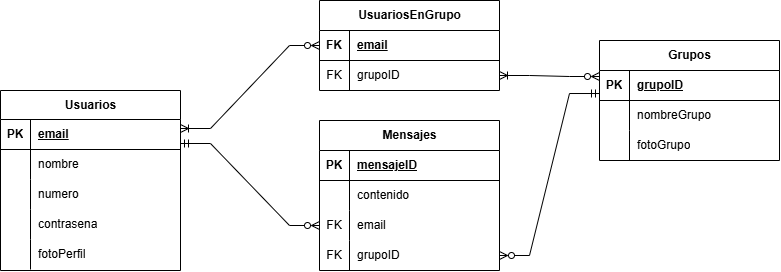
Before: docs/DER TP2_INTEGRADOR.drawio.png, a diagram exported from draw.io (PioIX/2026_TPIN2_G03). Source tidied: cells renumbered, new cells last; positions are measured from the earlier drawing's top-left corner, leaving out a move shared by most shapes. Its diagram source:
```xml
<mxGraphModel>
  <root>
    <mxCell id="0" />
    <mxCell id="1" parent="0" />
    <mxCell id="2" value="Usuarios" style="shape=table;startSize=29;rowLines=0;fontStyle=1;align=center;html=1;" parent="1" vertex="1">
      <mxGeometry y="90" width="180" height="180" as="geometry" />
    </mxCell>
    <mxCell id="3" style="shape=tableRow;horizontal=0;startSize=0;swimlaneHead=0;swimlaneBody=0;fillColor=none;points=[[0,0.5],[1,0.5]];portConstraint=eastwest;top=0;left=0;right=0;bottom=1;" parent="2" vertex="1">
      <mxGeometry y="29" width="180" height="30" as="geometry" />
    </mxCell>
    <mxCell id="4" value="PK" style="shape=partialRectangle;fillColor=none;top=0;left=0;bottom=0;right=0;fontStyle=1;overflow=hidden;whiteSpace=wrap;html=1;" parent="3" vertex="1">
      <mxGeometry width="30" height="30" as="geometry" />
    </mxCell>
    <mxCell id="5" value="email" style="shape=partialRectangle;fillColor=none;top=0;left=0;bottom=0;right=0;align=left;spacingLeft=6;fontStyle=5;overflow=hidden;whiteSpace=wrap;html=1;" parent="3" vertex="1">
      <mxGeometry x="30" width="150" height="30" as="geometry" />
    </mxCell>
    <mxCell id="6" style="shape=tableRow;horizontal=0;startSize=0;swimlaneHead=0;swimlaneBody=0;fillColor=none;top=0;left=0;right=0;bottom=0;" parent="2" vertex="1">
      <mxGeometry y="59" width="180" height="30" as="geometry" />
    </mxCell>
    <mxCell id="7" style="shape=partialRectangle;fillColor=none;top=0;left=0;bottom=0;right=0;overflow=hidden;whiteSpace=wrap;html=1;" parent="6" vertex="1">
      <mxGeometry width="30" height="30" as="geometry" />
    </mxCell>
    <mxCell id="8" value="nombre" style="shape=partialRectangle;fillColor=none;top=0;left=0;bottom=0;right=0;align=left;spacingLeft=6;overflow=hidden;whiteSpace=wrap;html=1;" parent="6" vertex="1">
      <mxGeometry x="30" width="150" height="30" as="geometry" />
    </mxCell>
    <mxCell id="9" style="shape=tableRow;horizontal=0;startSize=0;swimlaneHead=0;swimlaneBody=0;fillColor=none;top=0;left=0;right=0;bottom=0;" parent="2" vertex="1">
      <mxGeometry y="89" width="180" height="30" as="geometry" />
    </mxCell>
    <mxCell id="10" style="shape=partialRectangle;fillColor=none;top=0;left=0;bottom=0;right=0;overflow=hidden;whiteSpace=wrap;html=1;" parent="9" vertex="1">
      <mxGeometry width="30" height="30" as="geometry" />
    </mxCell>
    <mxCell id="11" value="numero" style="shape=partialRectangle;fillColor=none;top=0;left=0;bottom=0;right=0;align=left;spacingLeft=6;overflow=hidden;whiteSpace=wrap;html=1;" parent="9" vertex="1">
      <mxGeometry x="30" width="150" height="30" as="geometry" />
    </mxCell>
    <mxCell id="12" style="shape=tableRow;horizontal=0;startSize=0;swimlaneHead=0;swimlaneBody=0;fillColor=none;top=0;left=0;right=0;bottom=0;" parent="2" vertex="1">
      <mxGeometry y="119" width="180" height="30" as="geometry" />
    </mxCell>
    <mxCell id="13" style="shape=partialRectangle;fillColor=none;top=0;left=0;bottom=0;right=0;overflow=hidden;whiteSpace=wrap;html=1;" parent="12" vertex="1">
      <mxGeometry width="30" height="30" as="geometry" />
    </mxCell>
    <mxCell id="14" value="contrasena" style="shape=partialRectangle;fillColor=none;top=0;left=0;bottom=0;right=0;align=left;spacingLeft=6;overflow=hidden;whiteSpace=wrap;html=1;" parent="12" vertex="1">
      <mxGeometry x="30" width="150" height="30" as="geometry" />
    </mxCell>
    <mxCell id="15" style="shape=tableRow;horizontal=0;startSize=0;swimlaneHead=0;swimlaneBody=0;fillColor=none;top=0;left=0;right=0;bottom=0;" parent="2" vertex="1">
      <mxGeometry y="149" width="180" height="30" as="geometry" />
    </mxCell>
    <mxCell id="16" style="shape=partialRectangle;fillColor=none;top=0;left=0;bottom=0;right=0;overflow=hidden;whiteSpace=wrap;html=1;" parent="15" vertex="1">
      <mxGeometry width="30" height="30" as="geometry" />
    </mxCell>
    <mxCell id="17" value="fotoPerfil" style="shape=partialRectangle;fillColor=none;top=0;left=0;bottom=0;right=0;align=left;spacingLeft=6;overflow=hidden;whiteSpace=wrap;html=1;" parent="15" vertex="1">
      <mxGeometry x="30" width="150" height="30" as="geometry" />
    </mxCell>
    <mxCell id="18" value="Grupos" style="shape=table;startSize=30;rowLines=0;fontStyle=1;align=center;html=1;" parent="1" vertex="1">
      <mxGeometry x="599" y="40" width="180" height="120" as="geometry" />
    </mxCell>
    <mxCell id="19" style="shape=tableRow;horizontal=0;startSize=0;swimlaneHead=0;swimlaneBody=0;fillColor=none;points=[[0,0.5],[1,0.5]];portConstraint=eastwest;top=0;left=0;right=0;bottom=1;" parent="18" vertex="1">
      <mxGeometry y="30" width="180" height="30" as="geometry" />
    </mxCell>
    <mxCell id="20" value="PK" style="shape=partialRectangle;fillColor=none;top=0;left=0;bottom=0;right=0;fontStyle=1;overflow=hidden;whiteSpace=wrap;html=1;" parent="19" vertex="1">
      <mxGeometry width="30" height="30" as="geometry" />
    </mxCell>
    <mxCell id="21" value="grupoID" style="shape=partialRectangle;fillColor=none;top=0;left=0;bottom=0;right=0;align=left;spacingLeft=6;fontStyle=5;overflow=hidden;whiteSpace=wrap;html=1;" parent="19" vertex="1">
      <mxGeometry x="30" width="150" height="30" as="geometry" />
    </mxCell>
    <mxCell id="22" style="shape=tableRow;horizontal=0;startSize=0;swimlaneHead=0;swimlaneBody=0;fillColor=none;top=0;left=0;right=0;bottom=0;" parent="18" vertex="1">
      <mxGeometry y="60" width="180" height="30" as="geometry" />
    </mxCell>
    <mxCell id="23" style="shape=partialRectangle;fillColor=none;top=0;left=0;bottom=0;right=0;overflow=hidden;whiteSpace=wrap;html=1;" parent="22" vertex="1">
      <mxGeometry width="30" height="30" as="geometry" />
    </mxCell>
    <mxCell id="24" value="nombreGrupo" style="shape=partialRectangle;fillColor=none;top=0;left=0;bottom=0;right=0;align=left;spacingLeft=6;overflow=hidden;whiteSpace=wrap;html=1;" parent="22" vertex="1">
      <mxGeometry x="30" width="150" height="30" as="geometry" />
    </mxCell>
    <mxCell id="25" style="shape=tableRow;horizontal=0;startSize=0;swimlaneHead=0;swimlaneBody=0;fillColor=none;top=0;left=0;right=0;bottom=0;" parent="18" vertex="1">
      <mxGeometry y="90" width="180" height="30" as="geometry" />
    </mxCell>
    <mxCell id="26" style="shape=partialRectangle;fillColor=none;top=0;left=0;bottom=0;right=0;overflow=hidden;whiteSpace=wrap;html=1;" parent="25" vertex="1">
      <mxGeometry width="30" height="30" as="geometry" />
    </mxCell>
    <mxCell id="27" value="fotoGrupo" style="shape=partialRectangle;fillColor=none;top=0;left=0;bottom=0;right=0;align=left;spacingLeft=6;overflow=hidden;whiteSpace=wrap;html=1;" parent="25" vertex="1">
      <mxGeometry x="30" width="150" height="30" as="geometry" />
    </mxCell>
    <mxCell id="28" value="Mensajes" style="shape=table;startSize=30;rowLines=0;fontStyle=1;align=center;html=1;" parent="1" vertex="1">
      <mxGeometry x="319" y="120" width="180" height="150" as="geometry" />
    </mxCell>
    <mxCell id="29" style="shape=tableRow;horizontal=0;startSize=0;swimlaneHead=0;swimlaneBody=0;fillColor=none;top=0;left=0;right=0;bottom=1;" parent="28" vertex="1">
      <mxGeometry y="30" width="180" height="30" as="geometry" />
    </mxCell>
    <mxCell id="30" value="PK" style="shape=partialRectangle;fillColor=none;top=0;left=0;bottom=0;right=0;fontStyle=1;overflow=hidden;whiteSpace=wrap;html=1;" parent="29" vertex="1">
      <mxGeometry width="30" height="30" as="geometry" />
    </mxCell>
    <mxCell id="31" value="mensajeID" style="shape=partialRectangle;fillColor=none;top=0;left=0;bottom=0;right=0;align=left;spacingLeft=6;fontStyle=5;overflow=hidden;whiteSpace=wrap;html=1;" parent="29" vertex="1">
      <mxGeometry x="30" width="150" height="30" as="geometry" />
    </mxCell>
    <mxCell id="32" style="shape=tableRow;horizontal=0;startSize=0;swimlaneHead=0;swimlaneBody=0;fillColor=none;top=0;left=0;right=0;bottom=0;" parent="28" vertex="1">
      <mxGeometry y="60" width="180" height="30" as="geometry" />
    </mxCell>
    <mxCell id="33" style="shape=partialRectangle;fillColor=none;top=0;left=0;bottom=0;right=0;overflow=hidden;whiteSpace=wrap;html=1;" parent="32" vertex="1">
      <mxGeometry width="30" height="30" as="geometry" />
    </mxCell>
    <mxCell id="34" value="contenido" style="shape=partialRectangle;fillColor=none;top=0;left=0;bottom=0;right=0;align=left;spacingLeft=6;overflow=hidden;whiteSpace=wrap;html=1;" parent="32" vertex="1">
      <mxGeometry x="30" width="150" height="30" as="geometry" />
    </mxCell>
    <mxCell id="35" style="shape=tableRow;horizontal=0;startSize=0;swimlaneHead=0;swimlaneBody=0;fillColor=none;points=[[0,0.5],[1,0.5]];portConstraint=eastwest;top=0;left=0;right=0;bottom=0;" parent="28" vertex="1">
      <mxGeometry y="90" width="180" height="30" as="geometry" />
    </mxCell>
    <mxCell id="36" value="FK" style="shape=partialRectangle;fillColor=none;top=0;left=0;bottom=0;right=0;overflow=hidden;whiteSpace=wrap;html=1;" parent="35" vertex="1">
      <mxGeometry width="30" height="30" as="geometry" />
    </mxCell>
    <mxCell id="37" value="email" style="shape=partialRectangle;fillColor=none;top=0;left=0;bottom=0;right=0;align=left;spacingLeft=6;overflow=hidden;whiteSpace=wrap;html=1;" parent="35" vertex="1">
      <mxGeometry x="30" width="150" height="30" as="geometry" />
    </mxCell>
    <mxCell id="38" style="shape=tableRow;horizontal=0;startSize=0;swimlaneHead=0;swimlaneBody=0;fillColor=none;points=[[0,0.5],[1,0.5]];portConstraint=eastwest;top=0;left=0;right=0;bottom=0;" parent="28" vertex="1">
      <mxGeometry y="120" width="180" height="30" as="geometry" />
    </mxCell>
    <mxCell id="39" value="FK" style="shape=partialRectangle;fillColor=none;top=0;left=0;bottom=0;right=0;overflow=hidden;whiteSpace=wrap;html=1;" parent="38" vertex="1">
      <mxGeometry width="30" height="30" as="geometry" />
    </mxCell>
    <mxCell id="40" value="grupoID" style="shape=partialRectangle;fillColor=none;top=0;left=0;bottom=0;right=0;align=left;spacingLeft=6;overflow=hidden;whiteSpace=wrap;html=1;" parent="38" vertex="1">
      <mxGeometry x="30" width="150" height="30" as="geometry" />
    </mxCell>
    <mxCell id="41" value="UsuariosEnGrupo" style="shape=table;startSize=30;rowLines=0;fontStyle=1;align=center;html=1;" parent="1" vertex="1">
      <mxGeometry x="319" width="180" height="90" as="geometry" />
    </mxCell>
    <mxCell id="42" style="shape=tableRow;horizontal=0;startSize=0;swimlaneHead=0;swimlaneBody=0;fillColor=none;points=[[0,0.5],[1,0.5]];portConstraint=eastwest;top=0;left=0;right=0;bottom=1;" parent="41" vertex="1">
      <mxGeometry y="30" width="180" height="30" as="geometry" />
    </mxCell>
    <mxCell id="43" value="FK" style="shape=partialRectangle;fillColor=none;top=0;left=0;bottom=0;right=0;fontStyle=1;overflow=hidden;whiteSpace=wrap;html=1;" parent="42" vertex="1">
      <mxGeometry width="30" height="30" as="geometry" />
    </mxCell>
    <mxCell id="44" value="email" style="shape=partialRectangle;fillColor=none;top=0;left=0;bottom=0;right=0;align=left;spacingLeft=6;fontStyle=5;overflow=hidden;whiteSpace=wrap;html=1;" parent="42" vertex="1">
      <mxGeometry x="30" width="150" height="30" as="geometry" />
    </mxCell>
    <mxCell id="45" style="shape=tableRow;horizontal=0;startSize=0;swimlaneHead=0;swimlaneBody=0;fillColor=none;points=[[0,0.5],[1,0.5]];portConstraint=eastwest;top=0;left=0;right=0;bottom=0;" parent="41" vertex="1">
      <mxGeometry y="60" width="180" height="30" as="geometry" />
    </mxCell>
    <mxCell id="46" value="FK" style="shape=partialRectangle;fillColor=none;top=0;left=0;bottom=0;right=0;overflow=hidden;whiteSpace=wrap;html=1;" parent="45" vertex="1">
      <mxGeometry width="30" height="30" as="geometry" />
    </mxCell>
    <mxCell id="47" value="grupoID" style="shape=partialRectangle;fillColor=none;top=0;left=0;bottom=0;right=0;align=left;spacingLeft=6;overflow=hidden;whiteSpace=wrap;html=1;" parent="45" vertex="1">
      <mxGeometry x="30" width="150" height="30" as="geometry" />
    </mxCell>
    <mxCell id="48" style="edgeStyle=entityRelationEdgeStyle;fontSize=12;html=1;endArrow=ERzeroToMany;endFill=0;rounded=0;entryX=0;entryY=0.5;entryDx=0;entryDy=0;startArrow=ERmandOne;startFill=0;exitX=1;exitY=0.8;exitDx=0;exitDy=0;exitPerimeter=0;" parent="1" edge="1" source="3" target="35">
      <mxGeometry relative="1" as="geometry" />
    </mxCell>
    <mxCell id="49" style="edgeStyle=entityRelationEdgeStyle;fontSize=12;html=1;endArrow=ERzeroToMany;endFill=0;rounded=0;startArrow=ERoneToMany;startFill=0;exitX=1;exitY=0.5;exitDx=0;exitDy=0;entryX=0;entryY=0.2;entryDx=0;entryDy=0;entryPerimeter=0;" parent="1" edge="1" source="45" target="19">
      <mxGeometry relative="1" as="geometry" />
    </mxCell>
    <mxCell id="50" style="edgeStyle=entityRelationEdgeStyle;fontSize=12;html=1;endArrow=ERzeroToMany;endFill=0;rounded=0;entryX=0;entryY=0.5;entryDx=0;entryDy=0;exitX=1;exitY=0.3;exitDx=0;exitDy=0;exitPerimeter=0;startArrow=ERoneToMany;startFill=0;" parent="1" edge="1" source="3" target="42">
      <mxGeometry relative="1" as="geometry" />
    </mxCell>
    <mxCell id="51" style="edgeStyle=entityRelationEdgeStyle;fontSize=12;html=1;endArrow=ERmandOne;endFill=0;rounded=0;entryX=0;entryY=0.767;entryDx=0;entryDy=0;exitX=1;exitY=0.5;exitDx=0;exitDy=0;entryPerimeter=0;startArrow=ERzeroToMany;startFill=0;" parent="1" edge="1" source="38" target="19">
      <mxGeometry relative="1" as="geometry" />
    </mxCell>
  </root>
</mxGraphModel>
```
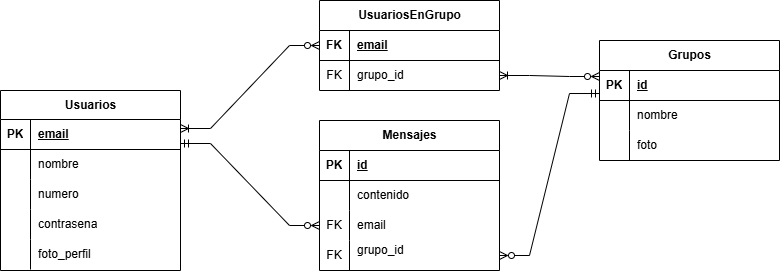
Later version of the same file.

The edit, as a diff of the source:
```diff
@@ -47,7 +47,7 @@
     <mxCell id="16" style="shape=partialRectangle;fillColor=none;top=0;left=0;bottom=0;right=0;overflow=hidden;whiteSpace=wrap;html=1;" parent="15" vertex="1">
       <mxGeometry width="30" height="30" as="geometry" />
     </mxCell>
-    <mxCell id="17" value="fotoPerfil" style="shape=partialRectangle;fillColor=none;top=0;left=0;bottom=0;right=0;align=left;spacingLeft=6;overflow=hidden;whiteSpace=wrap;html=1;" parent="15" vertex="1">
+    <mxCell id="17" value="foto_perfil" style="shape=partialRectangle;fillColor=none;top=0;left=0;bottom=0;right=0;align=left;spacingLeft=6;overflow=hidden;whiteSpace=wrap;html=1;" parent="15" vertex="1">
       <mxGeometry x="30" width="150" height="30" as="geometry" />
     </mxCell>
     <mxCell id="18" value="Grupos" style="shape=table;startSize=30;rowLines=0;fontStyle=1;align=center;html=1;" parent="1" vertex="1">
@@ -59,7 +59,7 @@
     <mxCell id="20" value="PK" style="shape=partialRectangle;fillColor=none;top=0;left=0;bottom=0;right=0;fontStyle=1;overflow=hidden;whiteSpace=wrap;html=1;" parent="19" vertex="1">
       <mxGeometry width="30" height="30" as="geometry" />
     </mxCell>
-    <mxCell id="21" value="grupoID" style="shape=partialRectangle;fillColor=none;top=0;left=0;bottom=0;right=0;align=left;spacingLeft=6;fontStyle=5;overflow=hidden;whiteSpace=wrap;html=1;" parent="19" vertex="1">
+    <mxCell id="21" value="id" style="shape=partialRectangle;fillColor=none;top=0;left=0;bottom=0;right=0;align=left;spacingLeft=6;fontStyle=5;overflow=hidden;whiteSpace=wrap;html=1;" parent="19" vertex="1">
       <mxGeometry x="30" width="150" height="30" as="geometry" />
     </mxCell>
     <mxCell id="22" style="shape=tableRow;horizontal=0;startSize=0;swimlaneHead=0;swimlaneBody=0;fillColor=none;top=0;left=0;right=0;bottom=0;" parent="18" vertex="1">
@@ -68,7 +68,7 @@
     <mxCell id="23" style="shape=partialRectangle;fillColor=none;top=0;left=0;bottom=0;right=0;overflow=hidden;whiteSpace=wrap;html=1;" parent="22" vertex="1">
       <mxGeometry width="30" height="30" as="geometry" />
     </mxCell>
-    <mxCell id="24" value="nombreGrupo" style="shape=partialRectangle;fillColor=none;top=0;left=0;bottom=0;right=0;align=left;spacingLeft=6;overflow=hidden;whiteSpace=wrap;html=1;" parent="22" vertex="1">
+    <mxCell id="24" value="nombre" style="shape=partialRectangle;fillColor=none;top=0;left=0;bottom=0;right=0;align=left;spacingLeft=6;overflow=hidden;whiteSpace=wrap;html=1;" parent="22" vertex="1">
       <mxGeometry x="30" width="150" height="30" as="geometry" />
     </mxCell>
     <mxCell id="25" style="shape=tableRow;horizontal=0;startSize=0;swimlaneHead=0;swimlaneBody=0;fillColor=none;top=0;left=0;right=0;bottom=0;" parent="18" vertex="1">
@@ -77,7 +77,7 @@
     <mxCell id="26" style="shape=partialRectangle;fillColor=none;top=0;left=0;bottom=0;right=0;overflow=hidden;whiteSpace=wrap;html=1;" parent="25" vertex="1">
       <mxGeometry width="30" height="30" as="geometry" />
     </mxCell>
-    <mxCell id="27" value="fotoGrupo" style="shape=partialRectangle;fillColor=none;top=0;left=0;bottom=0;right=0;align=left;spacingLeft=6;overflow=hidden;whiteSpace=wrap;html=1;" parent="25" vertex="1">
+    <mxCell id="27" value="foto" style="shape=partialRectangle;fillColor=none;top=0;left=0;bottom=0;right=0;align=left;spacingLeft=6;overflow=hidden;whiteSpace=wrap;html=1;" parent="25" vertex="1">
       <mxGeometry x="30" width="150" height="30" as="geometry" />
     </mxCell>
     <mxCell id="28" value="Mensajes" style="shape=table;startSize=30;rowLines=0;fontStyle=1;align=center;html=1;" parent="1" vertex="1">
@@ -89,7 +89,7 @@
     <mxCell id="30" value="PK" style="shape=partialRectangle;fillColor=none;top=0;left=0;bottom=0;right=0;fontStyle=1;overflow=hidden;whiteSpace=wrap;html=1;" parent="29" vertex="1">
       <mxGeometry width="30" height="30" as="geometry" />
     </mxCell>
-    <mxCell id="31" value="mensajeID" style="shape=partialRectangle;fillColor=none;top=0;left=0;bottom=0;right=0;align=left;spacingLeft=6;fontStyle=5;overflow=hidden;whiteSpace=wrap;html=1;" parent="29" vertex="1">
+    <mxCell id="31" value="id" style="shape=partialRectangle;fillColor=none;top=0;left=0;bottom=0;right=0;align=left;spacingLeft=6;fontStyle=5;overflow=hidden;whiteSpace=wrap;html=1;" parent="29" vertex="1">
       <mxGeometry x="30" width="150" height="30" as="geometry" />
     </mxCell>
     <mxCell id="32" style="shape=tableRow;horizontal=0;startSize=0;swimlaneHead=0;swimlaneBody=0;fillColor=none;top=0;left=0;right=0;bottom=0;" parent="28" vertex="1">
@@ -116,7 +116,7 @@
     <mxCell id="39" value="FK" style="shape=partialRectangle;fillColor=none;top=0;left=0;bottom=0;right=0;overflow=hidden;whiteSpace=wrap;html=1;" parent="38" vertex="1">
       <mxGeometry width="30" height="30" as="geometry" />
     </mxCell>
-    <mxCell id="40" value="grupoID" style="shape=partialRectangle;fillColor=none;top=0;left=0;bottom=0;right=0;align=left;spacingLeft=6;overflow=hidden;whiteSpace=wrap;html=1;" parent="38" vertex="1">
+    <mxCell id="40" value="grupo_id&lt;div&gt;&lt;br&gt;&lt;/div&gt;" style="shape=partialRectangle;fillColor=none;top=0;left=0;bottom=0;right=0;align=left;spacingLeft=6;overflow=hidden;whiteSpace=wrap;html=1;" parent="38" vertex="1">
       <mxGeometry x="30" width="150" height="30" as="geometry" />
     </mxCell>
     <mxCell id="41" value="UsuariosEnGrupo" style="shape=table;startSize=30;rowLines=0;fontStyle=1;align=center;html=1;" parent="1" vertex="1">
@@ -137,7 +137,7 @@
     <mxCell id="46" value="FK" style="shape=partialRectangle;fillColor=none;top=0;left=0;bottom=0;right=0;overflow=hidden;whiteSpace=wrap;html=1;" parent="45" vertex="1">
       <mxGeometry width="30" height="30" as="geometry" />
     </mxCell>
-    <mxCell id="47" value="grupoID" style="shape=partialRectangle;fillColor=none;top=0;left=0;bottom=0;right=0;align=left;spacingLeft=6;overflow=hidden;whiteSpace=wrap;html=1;" parent="45" vertex="1">
+    <mxCell id="47" value="grupo_id" style="shape=partialRectangle;fillColor=none;top=0;left=0;bottom=0;right=0;align=left;spacingLeft=6;overflow=hidden;whiteSpace=wrap;html=1;" parent="45" vertex="1">
       <mxGeometry x="30" width="150" height="30" as="geometry" />
     </mxCell>
     <mxCell id="48" style="edgeStyle=entityRelationEdgeStyle;fontSize=12;html=1;endArrow=ERzeroToMany;endFill=0;rounded=0;entryX=0;entryY=0.5;entryDx=0;entryDy=0;startArrow=ERmandOne;startFill=0;exitX=1;exitY=0.8;exitDx=0;exitDy=0;exitPerimeter=0;" parent="1" edge="1" source="3" target="35">
```
